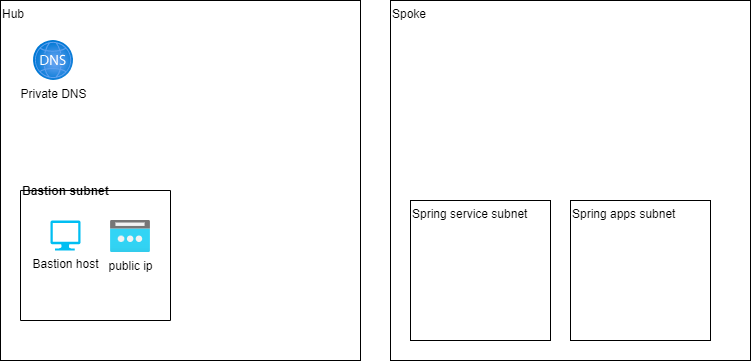
This is architecture.drawio.png from piizei/azure-springapp-starter, a draw.io export, as it was before one commit. Source tidied: cells renumbered, new cells last; positions are measured from the earlier drawing's top-left corner, leaving out a move shared by most shapes.
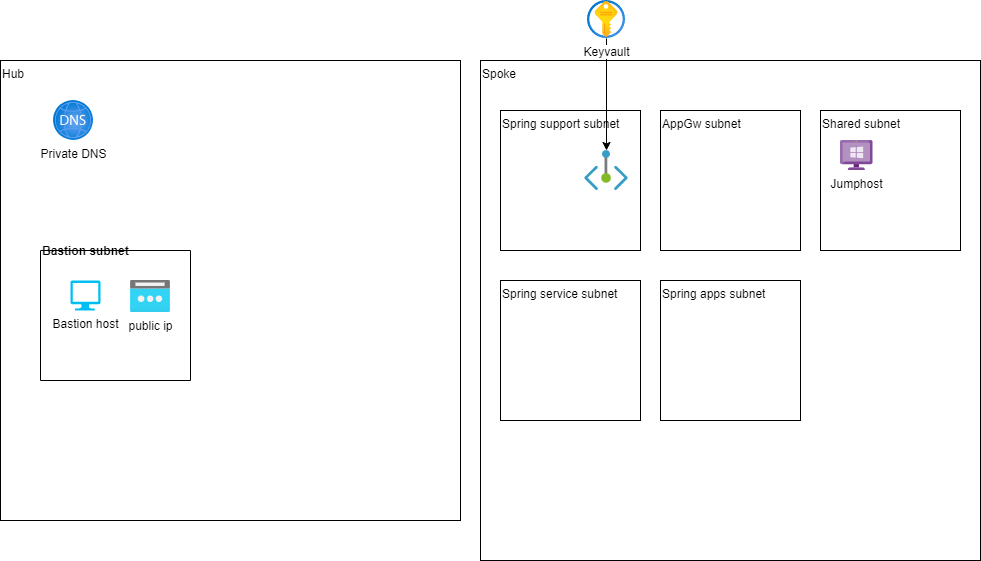
The same file after the commit.

Change to the diagram source:
```diff
@@ -3,10 +3,10 @@
     <mxCell id="0" />
     <mxCell id="1" parent="0" />
     <mxCell id="2" value="Hub" style="whiteSpace=wrap;html=1;align=left;verticalAlign=top;" parent="1" vertex="1">
-      <mxGeometry width="360" height="360" as="geometry" />
+      <mxGeometry x="-20" width="460" height="460" as="geometry" />
     </mxCell>
     <mxCell id="3" value="Spoke" style="whiteSpace=wrap;html=1;align=left;verticalAlign=top;" parent="1" vertex="1">
-      <mxGeometry x="390" width="360" height="360" as="geometry" />
+      <mxGeometry x="460" width="500" height="500" as="geometry" />
     </mxCell>
     <mxCell id="4" value="Bastion subnet" style="swimlane;startSize=0;sketch=0;align=left;" parent="1" vertex="1">
       <mxGeometry x="20" y="190" width="150" height="130" as="geometry" />
@@ -21,10 +21,31 @@
       <mxGeometry x="33" y="40" width="40" height="40" as="geometry" />
     </mxCell>
     <mxCell id="8" value="Spring service subnet" style="whiteSpace=wrap;html=1;sketch=0;align=left;verticalAlign=top;" parent="1" vertex="1">
-      <mxGeometry x="410" y="200" width="140" height="140" as="geometry" />
+      <mxGeometry x="480" y="220" width="140" height="140" as="geometry" />
     </mxCell>
     <mxCell id="9" value="Spring apps subnet" style="whiteSpace=wrap;html=1;sketch=0;align=left;verticalAlign=top;" parent="1" vertex="1">
-      <mxGeometry x="570" y="200" width="140" height="140" as="geometry" />
+      <mxGeometry x="640" y="220" width="140" height="140" as="geometry" />
     </mxCell>
+    <mxCell id="10" value="Spring support subnet" style="whiteSpace=wrap;html=1;sketch=0;align=left;verticalAlign=top;" parent="1" vertex="1">
+      <mxGeometry x="480" y="50" width="140" height="140" as="geometry" />
+    </mxCell>
+    <mxCell id="11" value="AppGw subnet" style="whiteSpace=wrap;html=1;sketch=0;align=left;verticalAlign=top;" parent="1" vertex="1">
+      <mxGeometry x="640" y="50" width="140" height="140" as="geometry" />
+    </mxCell>
+    <mxCell id="12" value="Shared subnet" style="whiteSpace=wrap;html=1;sketch=0;align=left;verticalAlign=top;" parent="1" vertex="1">
+      <mxGeometry x="800" y="50" width="140" height="140" as="geometry" />
+    </mxCell>
+    <mxCell id="13" value="Jumphost" style="sketch=0;html=1;align=center;image;fontSize=12;image=img/lib/mscae/VM_Windows_Non_Azure.svg;" parent="1" vertex="1">
+      <mxGeometry x="820" y="80" width="32.6" height="30" as="geometry" />
+    </mxCell>
+    <mxCell id="14" style="edgeStyle=none;html=1;" parent="1" edge="1" source="15" target="16">
+      <mxGeometry relative="1" as="geometry" />
+    </mxCell>
+    <mxCell id="15" value="Keyvault" style="html=1;points=[];align=center;image;fontSize=12;image=img/lib/azure2/security/Key_Vaults.svg;sketch=0;" parent="1" vertex="1">
+      <mxGeometry x="567" y="-60" width="38" height="38" as="geometry" />
+    </mxCell>
+    <mxCell id="16" style="html=1;points=[];align=center;image;fontSize=12;image=img/lib/azure2/networking/Private_Endpoint.svg;sketch=0;" parent="1" vertex="1">
+      <mxGeometry x="564.2" y="90" width="43.6" height="40" as="geometry" />
+    </mxCell>
   </root>
 </mxGraphModel>
```
